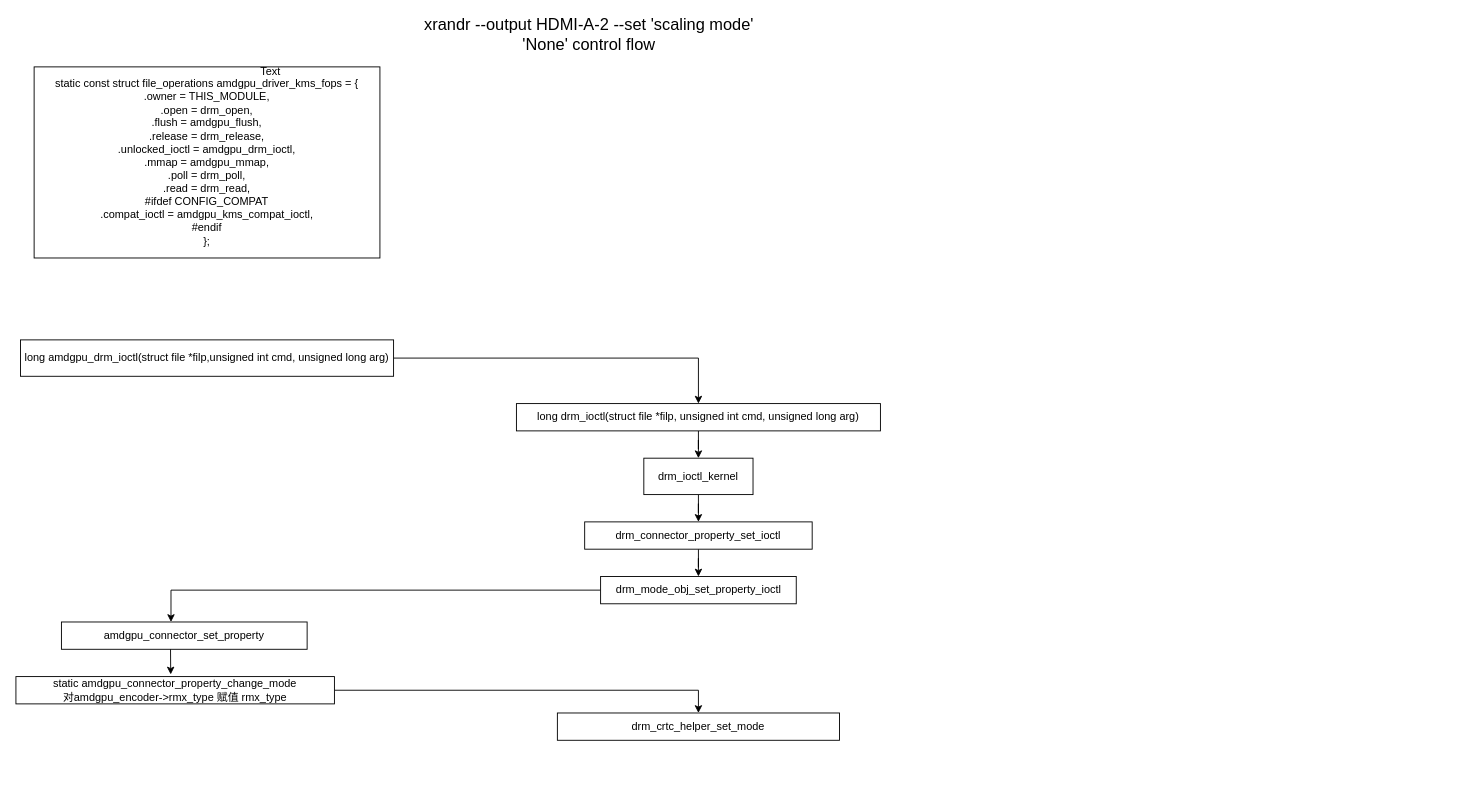
The draw.io diagram amdgpu drm ioctl flow.drawio in hongaoo/draw-io-files, before the edit. Source tidied: cells renumbered, new cells numbered last; positions are measured from the earlier drawing's top-left corner, leaving out a move shared by most shapes. Both pictures are drawn from the tidied source at 91%, with x=0, y=0 at pixel (15, 21).
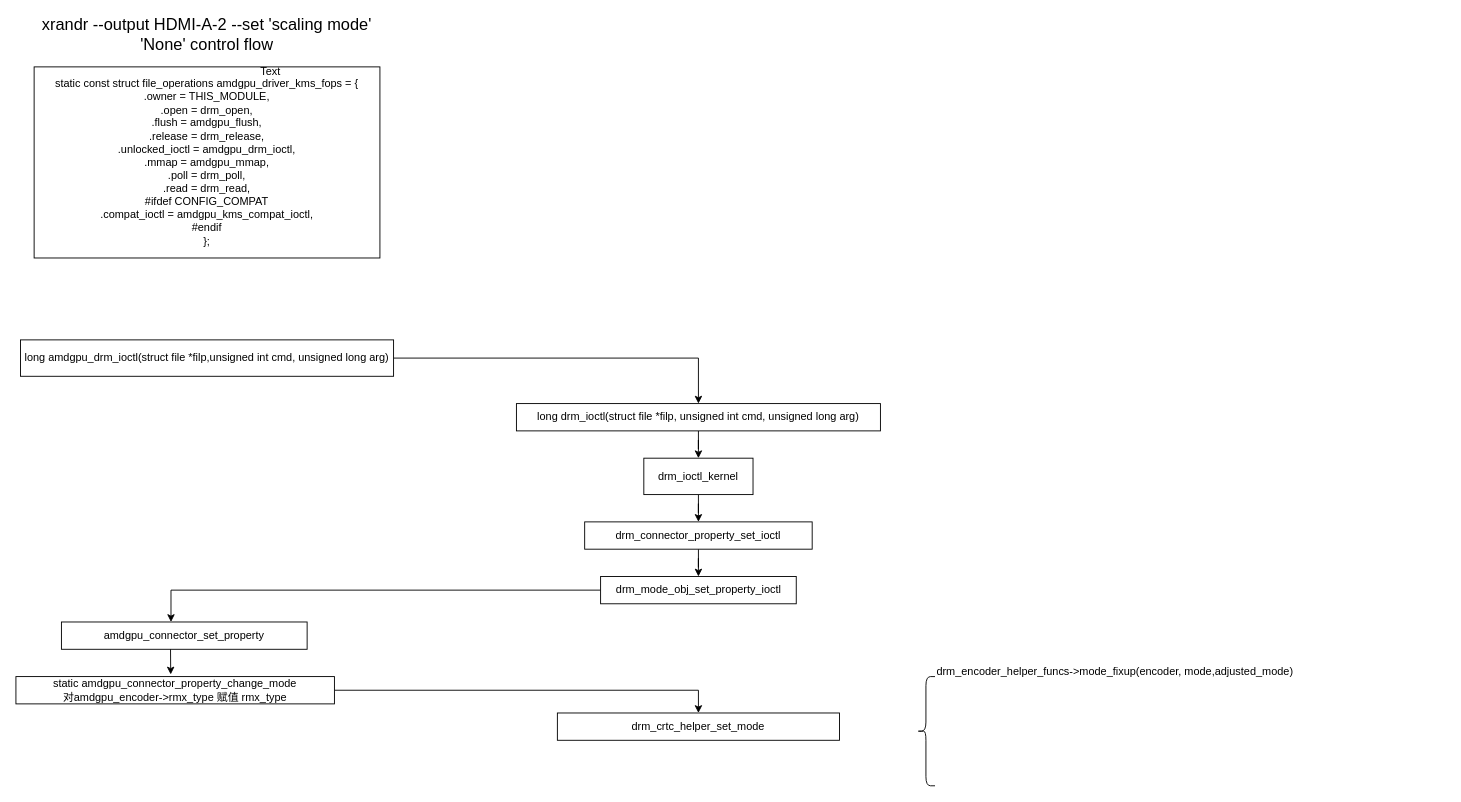
The same page after the edit.

What changed in the source:
```diff
@@
     <mxCell id="16" value="xrandr --output HDMI-A-2 --set 'scaling mode' 'None' control flow" style="text;html=1;strokeColor=none;fillColor=none;align=center;verticalAlign=middle;whiteSpace=wrap;rounded=0;fontSize=18;" parent="1" vertex="1">
-      <mxGeometry x="440" width="380" height="30" as="geometry" />
+      <mxGeometry x="20" width="380" height="30" as="geometry" />
     </mxCell>
@@
+    <mxCell id="20" style="shape=curlyBracket;whiteSpace=wrap;html=1;rounded=1;fontSize=12;" parent="1" vertex="1">
+      <mxGeometry x="990" y="720" width="20" height="120" as="geometry" />
+    </mxCell>
+    <mxCell id="21" value="drm_encoder_helper_funcs-&amp;gt;mode_fixup&lt;span&gt;(encoder, mode,&lt;/span&gt;&lt;span&gt;adjusted_mode)&lt;/span&gt;&lt;span&gt;&lt;br&gt;&lt;/span&gt;" style="text;html=1;strokeColor=none;fillColor=none;align=left;verticalAlign=middle;whiteSpace=wrap;rounded=0;fontSize=12;" parent="1" vertex="1">
+      <mxGeometry x="1010" y="700" width="560" height="30" as="geometry" />
+    </mxCell>
```
